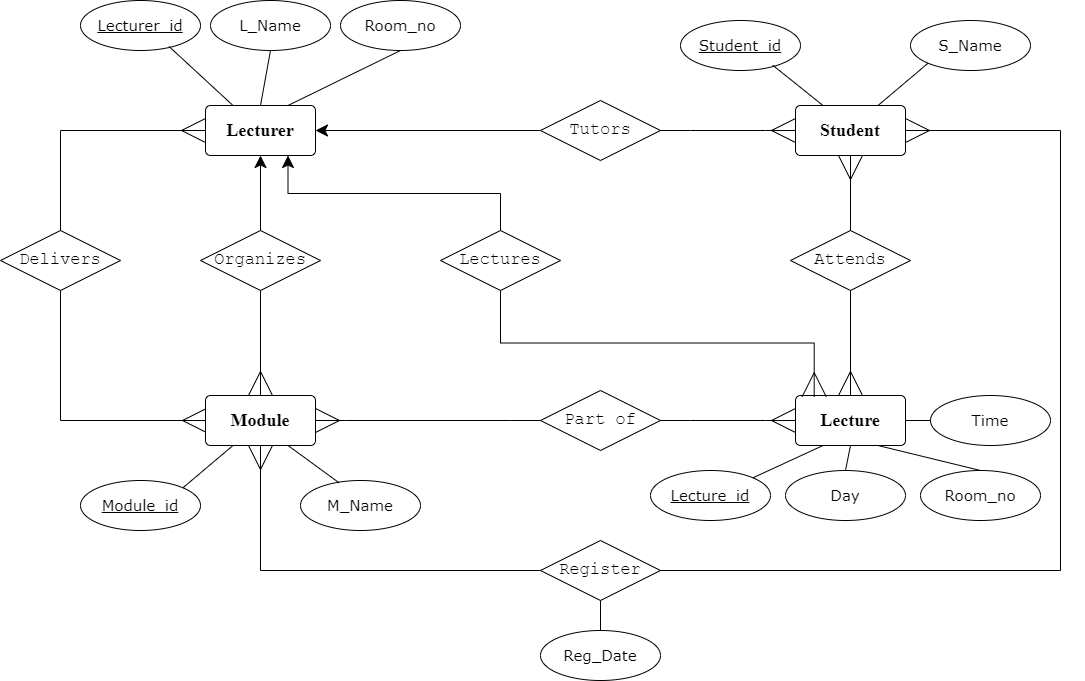
Before: ER_and_schemas/ER Diagram.drawio.png, a diagram exported from draw.io (anysa-kharel/University-Management-System). Source tidied: cells renumbered, new cells last; positions are measured from the earlier drawing's top-left corner, leaving out a move shared by most shapes.
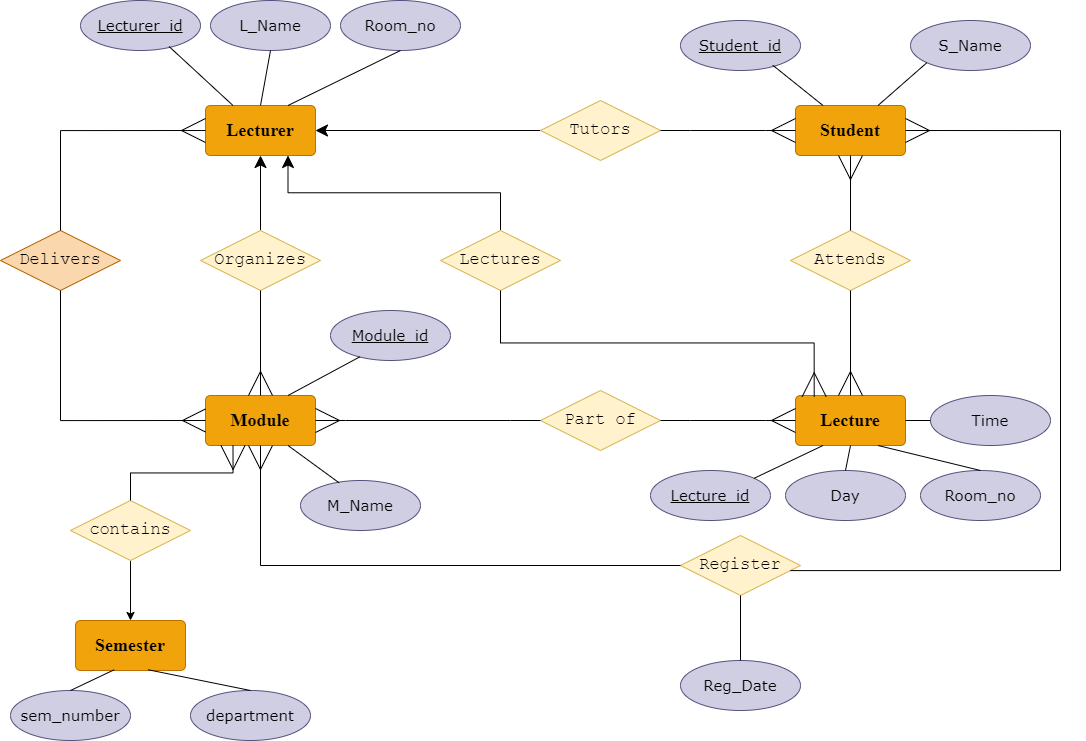
Above is the later version.

What changed in the source:
```diff
@@ -2,49 +2,49 @@
   <root>
     <mxCell id="0" />
     <mxCell id="1" parent="0" />
-    <mxCell id="2" value="&lt;h2&gt;&lt;font face=&quot;Times New Roman&quot; style=&quot;font-size: 18px;&quot;&gt;&lt;b&gt;Lecturer&lt;/b&gt;&lt;/font&gt;&lt;/h2&gt;" style="rounded=1;arcSize=10;whiteSpace=wrap;html=1;align=center;" parent="1" vertex="1">
+    <mxCell id="2" value="&lt;h2&gt;&lt;font face=&quot;Times New Roman&quot; style=&quot;font-size: 18px;&quot;&gt;&lt;b&gt;Lecturer&lt;/b&gt;&lt;/font&gt;&lt;/h2&gt;" style="rounded=1;arcSize=10;whiteSpace=wrap;html=1;align=center;fillColor=#f0a30a;fontColor=#000000;strokeColor=#BD7000;" parent="1" vertex="1">
       <mxGeometry x="205" y="105" width="110" height="50" as="geometry" />
     </mxCell>
-    <mxCell id="3" value="&lt;h2&gt;&lt;font face=&quot;Times New Roman&quot; style=&quot;font-size: 18px;&quot;&gt;&lt;b&gt;Lecture&lt;/b&gt;&lt;/font&gt;&lt;/h2&gt;" style="rounded=1;arcSize=10;whiteSpace=wrap;html=1;align=center;" parent="1" vertex="1">
+    <mxCell id="3" value="&lt;h2&gt;&lt;font face=&quot;Times New Roman&quot; style=&quot;font-size: 18px;&quot;&gt;&lt;b&gt;Lecture&lt;/b&gt;&lt;/font&gt;&lt;/h2&gt;" style="rounded=1;arcSize=10;whiteSpace=wrap;html=1;align=center;fillColor=#f0a30a;fontColor=#000000;strokeColor=#BD7000;" parent="1" vertex="1">
       <mxGeometry x="795" y="395" width="110" height="50" as="geometry" />
     </mxCell>
-    <mxCell id="4" value="&lt;h2&gt;&lt;font face=&quot;Times New Roman&quot;&gt;Module&lt;/font&gt;&lt;/h2&gt;" style="rounded=1;arcSize=10;whiteSpace=wrap;html=1;align=center;" parent="1" vertex="1">
+    <mxCell id="4" value="&lt;h2&gt;&lt;font face=&quot;Times New Roman&quot;&gt;Module&lt;/font&gt;&lt;/h2&gt;" style="rounded=1;arcSize=10;whiteSpace=wrap;html=1;align=center;fillColor=#f0a30a;fontColor=#000000;strokeColor=#BD7000;" parent="1" vertex="1">
       <mxGeometry x="205" y="395" width="110" height="50" as="geometry" />
     </mxCell>
-    <mxCell id="5" value="&lt;h2&gt;&lt;font face=&quot;Times New Roman&quot; style=&quot;font-size: 18px;&quot;&gt;&lt;b&gt;Student&lt;/b&gt;&lt;/font&gt;&lt;/h2&gt;" style="rounded=1;arcSize=10;whiteSpace=wrap;html=1;align=center;" parent="1" vertex="1">
+    <mxCell id="5" value="&lt;h2&gt;&lt;font face=&quot;Times New Roman&quot; style=&quot;font-size: 18px;&quot;&gt;&lt;b&gt;Student&lt;/b&gt;&lt;/font&gt;&lt;/h2&gt;" style="rounded=1;arcSize=10;whiteSpace=wrap;html=1;align=center;fillColor=#f0a30a;strokeColor=#BD7000;fontColor=#000000;" parent="1" vertex="1">
       <mxGeometry x="795" y="105" width="110" height="50" as="geometry" />
     </mxCell>
     <mxCell id="6" style="edgeStyle=orthogonalEdgeStyle;rounded=0;jettySize=auto;html=1;entryX=1;entryY=0.5;entryDx=0;entryDy=0;endSize=10;" parent="1" edge="1" source="7" target="2">
       <mxGeometry relative="1" as="geometry" />
     </mxCell>
-    <mxCell id="7" value="&lt;font style=&quot;font-size: 17px;&quot; face=&quot;Courier New&quot;&gt;Tutors&lt;/font&gt;" style="shape=rhombus;perimeter=rhombusPerimeter;whiteSpace=wrap;html=1;align=center;" parent="1" vertex="1">
+    <mxCell id="7" value="&lt;font style=&quot;font-size: 17px;&quot; face=&quot;Courier New&quot;&gt;Tutors&lt;/font&gt;" style="shape=rhombus;perimeter=rhombusPerimeter;whiteSpace=wrap;html=1;align=center;fillColor=#fff2cc;strokeColor=#d6b656;" parent="1" vertex="1">
       <mxGeometry x="540" y="100" width="120" height="60" as="geometry" />
     </mxCell>
     <mxCell id="8" style="edgeStyle=entityRelationEdgeStyle;fontSize=12;html=1;endArrow=ERmany;rounded=0;entryX=0;entryY=0.5;entryDx=0;entryDy=0;exitX=1;exitY=0.5;exitDx=0;exitDy=0;endSize=22;startSize=22;jumpSize=6;" parent="1" edge="1" source="7" target="5">
       <mxGeometry relative="1" as="geometry" />
     </mxCell>
-    <mxCell id="9" value="&lt;font face=&quot;Courier New&quot;&gt;&lt;span style=&quot;font-size: 17px;&quot;&gt;Attends&lt;/span&gt;&lt;/font&gt;" style="shape=rhombus;perimeter=rhombusPerimeter;whiteSpace=wrap;html=1;align=center;" parent="1" vertex="1">
+    <mxCell id="9" value="&lt;font face=&quot;Courier New&quot;&gt;&lt;span style=&quot;font-size: 17px;&quot;&gt;Attends&lt;/span&gt;&lt;/font&gt;" style="shape=rhombus;perimeter=rhombusPerimeter;whiteSpace=wrap;html=1;align=center;fillColor=#fff2cc;strokeColor=#d6b656;" parent="1" vertex="1">
       <mxGeometry x="790" y="230" width="120" height="60" as="geometry" />
     </mxCell>
-    <mxCell id="10" value="&lt;font face=&quot;Courier New&quot;&gt;&lt;span style=&quot;font-size: 17px;&quot;&gt;Delivers&lt;/span&gt;&lt;/font&gt;" style="shape=rhombus;perimeter=rhombusPerimeter;whiteSpace=wrap;html=1;align=center;" parent="1" vertex="1">
+    <mxCell id="10" value="&lt;font face=&quot;Courier New&quot;&gt;&lt;span style=&quot;font-size: 17px;&quot;&gt;Delivers&lt;/span&gt;&lt;/font&gt;" style="shape=rhombus;perimeter=rhombusPerimeter;whiteSpace=wrap;html=1;align=center;fillColor=#fad7ac;strokeColor=#b46504;" parent="1" vertex="1">
       <mxGeometry y="230" width="120" height="60" as="geometry" />
     </mxCell>
     <mxCell id="11" style="edgeStyle=orthogonalEdgeStyle;rounded=0;jettySize=auto;html=1;endSize=10;" parent="1" edge="1" source="12" target="2">
       <mxGeometry relative="1" as="geometry" />
     </mxCell>
-    <mxCell id="12" value="&lt;font face=&quot;Courier New&quot;&gt;&lt;span style=&quot;font-size: 17px;&quot;&gt;Organizes&lt;/span&gt;&lt;/font&gt;" style="shape=rhombus;perimeter=rhombusPerimeter;whiteSpace=wrap;html=1;align=center;" parent="1" vertex="1">
+    <mxCell id="12" value="&lt;font face=&quot;Courier New&quot;&gt;&lt;span style=&quot;font-size: 17px;&quot;&gt;Organizes&lt;/span&gt;&lt;/font&gt;" style="shape=rhombus;perimeter=rhombusPerimeter;whiteSpace=wrap;html=1;align=center;fillColor=#fff2cc;strokeColor=#d6b656;" parent="1" vertex="1">
       <mxGeometry x="200" y="230" width="120" height="60" as="geometry" />
     </mxCell>
-    <mxCell id="13" value="&lt;font face=&quot;Courier New&quot;&gt;&lt;span style=&quot;font-size: 17px;&quot;&gt;Register&lt;/span&gt;&lt;/font&gt;" style="shape=rhombus;perimeter=rhombusPerimeter;whiteSpace=wrap;html=1;align=center;direction=west;" parent="1" vertex="1">
-      <mxGeometry x="540" y="540" width="120" height="60" as="geometry" />
+    <mxCell id="13" value="&lt;font face=&quot;Courier New&quot;&gt;&lt;span style=&quot;font-size: 17px;&quot;&gt;Register&lt;/span&gt;&lt;/font&gt;" style="shape=rhombus;perimeter=rhombusPerimeter;whiteSpace=wrap;html=1;align=center;direction=west;fillColor=#fff2cc;strokeColor=#d6b656;" parent="1" vertex="1">
+      <mxGeometry x="680" y="535" width="120" height="60" as="geometry" />
     </mxCell>
     <mxCell id="14" style="edgeStyle=elbowEdgeStyle;rounded=0;jettySize=auto;html=1;elbow=vertical;entryX=0.75;entryY=1;entryDx=0;entryDy=0;endSize=10;" parent="1" edge="1" source="15" target="2">
       <mxGeometry relative="1" as="geometry" />
     </mxCell>
-    <mxCell id="15" value="&lt;font face=&quot;Courier New&quot;&gt;&lt;span style=&quot;font-size: 17px;&quot;&gt;Lectures&lt;/span&gt;&lt;/font&gt;" style="shape=rhombus;perimeter=rhombusPerimeter;whiteSpace=wrap;html=1;align=center;" parent="1" vertex="1">
+    <mxCell id="15" value="&lt;font face=&quot;Courier New&quot;&gt;&lt;span style=&quot;font-size: 17px;&quot;&gt;Lectures&lt;/span&gt;&lt;/font&gt;" style="shape=rhombus;perimeter=rhombusPerimeter;whiteSpace=wrap;html=1;align=center;fillColor=#fff2cc;strokeColor=#d6b656;" parent="1" vertex="1">
       <mxGeometry x="440" y="230" width="120" height="60" as="geometry" />
     </mxCell>
-    <mxCell id="16" value="&lt;font face=&quot;Courier New&quot;&gt;&lt;span style=&quot;font-size: 17px;&quot;&gt;Part of&lt;/span&gt;&lt;/font&gt;" style="shape=rhombus;perimeter=rhombusPerimeter;whiteSpace=wrap;html=1;align=center;" parent="1" vertex="1">
+    <mxCell id="16" value="&lt;font face=&quot;Courier New&quot;&gt;&lt;span style=&quot;font-size: 17px;&quot;&gt;Part of&lt;/span&gt;&lt;/font&gt;" style="shape=rhombus;perimeter=rhombusPerimeter;whiteSpace=wrap;html=1;align=center;fillColor=#fff2cc;strokeColor=#d6b656;" parent="1" vertex="1">
       <mxGeometry x="540" y="390" width="120" height="60" as="geometry" />
     </mxCell>
     <mxCell id="17" style="edgeStyle=entityRelationEdgeStyle;fontSize=12;html=1;endArrow=ERmany;rounded=0;entryX=1;entryY=0.5;entryDx=0;entryDy=0;exitX=0;exitY=0.5;exitDx=0;exitDy=0;endSize=22;startSize=22;jumpSize=6;" parent="1" edge="1" source="16" target="4">
@@ -82,43 +82,43 @@
     <mxCell id="26" style="edgeStyle=orthogonalEdgeStyle;fontSize=12;html=1;endArrow=ERmany;rounded=0;entryX=0.17;entryY=0.023;entryDx=0;entryDy=0;exitX=0.5;exitY=1;exitDx=0;exitDy=0;endSize=22;startSize=22;jumpSize=6;entryPerimeter=0;" parent="1" edge="1" source="15" target="3">
       <mxGeometry relative="1" as="geometry" />
     </mxCell>
-    <mxCell id="27" value="&lt;font style=&quot;font-size: 15px;&quot; face=&quot;Verdana&quot;&gt;Lecturer_id&lt;/font&gt;" style="ellipse;whiteSpace=wrap;html=1;align=center;fontStyle=4;" parent="1" vertex="1">
+    <mxCell id="27" value="&lt;font style=&quot;font-size: 15px;&quot; face=&quot;Verdana&quot;&gt;Lecturer_id&lt;/font&gt;" style="ellipse;whiteSpace=wrap;html=1;align=center;fontStyle=4;fillColor=#d0cee2;strokeColor=#56517e;" parent="1" vertex="1">
       <mxGeometry x="80" width="120" height="50" as="geometry" />
     </mxCell>
-    <mxCell id="28" value="&lt;font style=&quot;font-size: 15px;&quot; face=&quot;Verdana&quot;&gt;Room_no&lt;/font&gt;" style="ellipse;whiteSpace=wrap;html=1;align=center;fontStyle=0;" parent="1" vertex="1">
+    <mxCell id="28" value="&lt;font style=&quot;font-size: 15px;&quot; face=&quot;Verdana&quot;&gt;Room_no&lt;/font&gt;" style="ellipse;whiteSpace=wrap;html=1;align=center;fontStyle=0;fillColor=#d0cee2;strokeColor=#56517e;" parent="1" vertex="1">
       <mxGeometry x="340" width="120" height="50" as="geometry" />
     </mxCell>
-    <mxCell id="29" value="&lt;font style=&quot;font-size: 15px;&quot; face=&quot;Verdana&quot;&gt;L_Name&lt;/font&gt;" style="ellipse;whiteSpace=wrap;html=1;align=center;fontStyle=0;" parent="1" vertex="1">
+    <mxCell id="29" value="&lt;font style=&quot;font-size: 15px;&quot; face=&quot;Verdana&quot;&gt;L_Name&lt;/font&gt;" style="ellipse;whiteSpace=wrap;html=1;align=center;fontStyle=0;fillColor=#d0cee2;strokeColor=#56517e;" parent="1" vertex="1">
       <mxGeometry x="210" width="120" height="50" as="geometry" />
     </mxCell>
-    <mxCell id="30" value="&lt;font style=&quot;font-size: 15px;&quot; face=&quot;Verdana&quot;&gt;Time&lt;/font&gt;" style="ellipse;whiteSpace=wrap;html=1;align=center;fontStyle=0;" parent="1" vertex="1">
+    <mxCell id="30" value="&lt;font style=&quot;font-size: 15px;&quot; face=&quot;Verdana&quot;&gt;Time&lt;/font&gt;" style="ellipse;whiteSpace=wrap;html=1;align=center;fontStyle=0;fillColor=#d0cee2;strokeColor=#56517e;" parent="1" vertex="1">
       <mxGeometry x="930" y="395" width="120" height="50" as="geometry" />
     </mxCell>
-    <mxCell id="31" value="&lt;font style=&quot;font-size: 15px;&quot; face=&quot;Verdana&quot;&gt;Room_no&lt;/font&gt;" style="ellipse;whiteSpace=wrap;html=1;align=center;fontStyle=0;" parent="1" vertex="1">
+    <mxCell id="31" value="&lt;font style=&quot;font-size: 15px;&quot; face=&quot;Verdana&quot;&gt;Room_no&lt;/font&gt;" style="ellipse;whiteSpace=wrap;html=1;align=center;fontStyle=0;fillColor=#d0cee2;strokeColor=#56517e;" parent="1" vertex="1">
       <mxGeometry x="920" y="470" width="120" height="50" as="geometry" />
     </mxCell>
-    <mxCell id="32" value="&lt;font style=&quot;font-size: 15px;&quot; face=&quot;Verdana&quot;&gt;Day&lt;/font&gt;" style="ellipse;whiteSpace=wrap;html=1;align=center;fontStyle=0;" parent="1" vertex="1">
+    <mxCell id="32" value="&lt;font style=&quot;font-size: 15px;&quot; face=&quot;Verdana&quot;&gt;Day&lt;/font&gt;" style="ellipse;whiteSpace=wrap;html=1;align=center;fontStyle=0;fillColor=#d0cee2;strokeColor=#56517e;" parent="1" vertex="1">
       <mxGeometry x="785" y="470" width="120" height="50" as="geometry" />
     </mxCell>
-    <mxCell id="33" value="&lt;font style=&quot;font-size: 15px;&quot; face=&quot;Verdana&quot;&gt;Lecture_id&lt;/font&gt;" style="ellipse;whiteSpace=wrap;html=1;align=center;fontStyle=4;" parent="1" vertex="1">
+    <mxCell id="33" value="&lt;font style=&quot;font-size: 15px;&quot; face=&quot;Verdana&quot;&gt;Lecture_id&lt;/font&gt;" style="ellipse;whiteSpace=wrap;html=1;align=center;fontStyle=4;fillColor=#d0cee2;strokeColor=#56517e;" parent="1" vertex="1">
       <mxGeometry x="650" y="470" width="120" height="50" as="geometry" />
     </mxCell>
-    <mxCell id="34" value="&lt;font face=&quot;Verdana&quot;&gt;&lt;span style=&quot;font-size: 15px;&quot;&gt;Reg_Date&lt;/span&gt;&lt;/font&gt;" style="ellipse;whiteSpace=wrap;html=1;align=center;fontStyle=0;" parent="1" vertex="1">
-      <mxGeometry x="540" y="630" width="120" height="50" as="geometry" />
+    <mxCell id="34" value="&lt;font face=&quot;Verdana&quot;&gt;&lt;span style=&quot;font-size: 15px;&quot;&gt;Reg_Date&lt;/span&gt;&lt;/font&gt;" style="ellipse;whiteSpace=wrap;html=1;align=center;fontStyle=0;fillColor=#d0cee2;strokeColor=#56517e;" parent="1" vertex="1">
+      <mxGeometry x="680" y="660" width="120" height="50" as="geometry" />
     </mxCell>
-    <mxCell id="35" value="&lt;font face=&quot;Verdana&quot;&gt;&lt;span style=&quot;font-size: 15px;&quot;&gt;M_Name&lt;/span&gt;&lt;/font&gt;" style="ellipse;whiteSpace=wrap;html=1;align=center;fontStyle=0;" parent="1" vertex="1">
+    <mxCell id="35" value="&lt;font face=&quot;Verdana&quot;&gt;&lt;span style=&quot;font-size: 15px;&quot;&gt;M_Name&lt;/span&gt;&lt;/font&gt;" style="ellipse;whiteSpace=wrap;html=1;align=center;fontStyle=0;fillColor=#d0cee2;strokeColor=#56517e;" parent="1" vertex="1">
       <mxGeometry x="300" y="480" width="120" height="50" as="geometry" />
     </mxCell>
-    <mxCell id="36" value="&lt;font style=&quot;font-size: 15px;&quot; face=&quot;Verdana&quot;&gt;Module_id&lt;/font&gt;" style="ellipse;whiteSpace=wrap;html=1;align=center;fontStyle=4;" parent="1" vertex="1">
-      <mxGeometry x="80" y="480" width="120" height="50" as="geometry" />
+    <mxCell id="36" value="&lt;font style=&quot;font-size: 15px;&quot; face=&quot;Verdana&quot;&gt;Module_id&lt;/font&gt;" style="ellipse;whiteSpace=wrap;html=1;align=center;fontStyle=4;fillColor=#d0cee2;strokeColor=#56517e;" parent="1" vertex="1">
+      <mxGeometry x="330" y="310" width="120" height="50" as="geometry" />
     </mxCell>
-    <mxCell id="37" value="&lt;font face=&quot;Verdana&quot;&gt;&lt;span style=&quot;font-size: 15px;&quot;&gt;S_Name&lt;/span&gt;&lt;/font&gt;" style="ellipse;whiteSpace=wrap;html=1;align=center;fontStyle=0;" parent="1" vertex="1">
+    <mxCell id="37" value="&lt;font face=&quot;Verdana&quot;&gt;&lt;span style=&quot;font-size: 15px;&quot;&gt;S_Name&lt;/span&gt;&lt;/font&gt;" style="ellipse;whiteSpace=wrap;html=1;align=center;fontStyle=0;fillColor=#d0cee2;strokeColor=#56517e;" parent="1" vertex="1">
       <mxGeometry x="910" y="20" width="120" height="50" as="geometry" />
     </mxCell>
-    <mxCell id="38" value="&lt;font face=&quot;Verdana&quot;&gt;&lt;span style=&quot;font-size: 15px;&quot;&gt;Student_id&lt;/span&gt;&lt;/font&gt;" style="ellipse;whiteSpace=wrap;html=1;align=center;fontStyle=4;" parent="1" vertex="1">
+    <mxCell id="38" value="&lt;font face=&quot;Verdana&quot;&gt;&lt;span style=&quot;font-size: 15px;&quot;&gt;Student_id&lt;/span&gt;&lt;/font&gt;" style="ellipse;whiteSpace=wrap;html=1;align=center;fontStyle=4;fillColor=#d0cee2;strokeColor=#56517e;" parent="1" vertex="1">
       <mxGeometry x="680" y="20" width="120" height="50" as="geometry" />
     </mxCell>
-    <mxCell id="39" style="endArrow=none;html=1;rounded=0;exitX=1;exitY=0;exitDx=0;exitDy=0;entryX=0.25;entryY=1;entryDx=0;entryDy=0;" parent="1" edge="1" source="36" target="4">
+    <mxCell id="39" style="endArrow=none;html=1;rounded=0;exitX=0.245;exitY=0.926;exitDx=0;exitDy=0;entryX=0.75;entryY=0;entryDx=0;entryDy=0;exitPerimeter=0;" parent="1" edge="1" source="36" target="4">
       <mxGeometry relative="1" as="geometry" />
     </mxCell>
     <mxCell id="40" style="endArrow=none;html=1;rounded=0;exitX=0.738;exitY=0.92;exitDx=0;exitDy=0;entryX=0.25;entryY=0;entryDx=0;entryDy=0;exitPerimeter=0;" parent="1" edge="1" source="27" target="2">
@@ -154,5 +154,29 @@
     <mxCell id="50" style="endArrow=none;html=1;rounded=0;exitX=0.321;exitY=0.045;exitDx=0;exitDy=0;entryX=0.75;entryY=1;entryDx=0;entryDy=0;exitPerimeter=0;" parent="1" edge="1" source="35" target="4">
       <mxGeometry relative="1" as="geometry" />
     </mxCell>
+    <mxCell id="51" value="&lt;h2&gt;&lt;font face=&quot;Times New Roman&quot;&gt;Semester&lt;/font&gt;&lt;/h2&gt;" style="rounded=1;arcSize=10;whiteSpace=wrap;html=1;align=center;fillColor=#f0a30a;fontColor=#000000;strokeColor=#BD7000;" parent="1" vertex="1">
+      <mxGeometry x="75" y="620" width="110" height="50" as="geometry" />
+    </mxCell>
+    <mxCell id="52" value="&lt;font face=&quot;Verdana&quot;&gt;&lt;span style=&quot;font-size: 15px;&quot;&gt;sem_number&lt;/span&gt;&lt;/font&gt;" style="ellipse;whiteSpace=wrap;html=1;align=center;fontStyle=0;fillColor=#d0cee2;strokeColor=#56517e;" parent="1" vertex="1">
+      <mxGeometry x="10" y="690" width="120" height="50" as="geometry" />
+    </mxCell>
+    <mxCell id="53" value="&lt;font face=&quot;Verdana&quot;&gt;&lt;span style=&quot;font-size: 15px;&quot;&gt;department&lt;/span&gt;&lt;/font&gt;" style="ellipse;whiteSpace=wrap;html=1;align=center;fontStyle=0;fillColor=#d0cee2;strokeColor=#56517e;" parent="1" vertex="1">
+      <mxGeometry x="190" y="690" width="120" height="50" as="geometry" />
+    </mxCell>
+    <mxCell id="54" style="endArrow=none;html=1;rounded=0;exitX=0.66;exitY=0.985;exitDx=0;exitDy=0;entryX=0.5;entryY=0;entryDx=0;entryDy=0;exitPerimeter=0;" parent="1" edge="1" source="51" target="53">
+      <mxGeometry relative="1" as="geometry" />
+    </mxCell>
+    <mxCell id="55" style="endArrow=none;html=1;rounded=0;exitX=0.5;exitY=0;exitDx=0;exitDy=0;entryX=0.352;entryY=0.985;entryDx=0;entryDy=0;entryPerimeter=0;" parent="1" edge="1" source="52" target="51">
+      <mxGeometry relative="1" as="geometry" />
+    </mxCell>
+    <mxCell id="56" style="edgeStyle=orthogonalEdgeStyle;rounded=0;jettySize=auto;html=1;entryX=0.5;entryY=0;entryDx=0;entryDy=0;" parent="1" edge="1" source="57" target="51">
+      <mxGeometry relative="1" as="geometry" />
+    </mxCell>
+    <mxCell id="57" value="&lt;font face=&quot;Courier New&quot;&gt;&lt;span style=&quot;font-size: 17px;&quot;&gt;contains&lt;/span&gt;&lt;/font&gt;" style="shape=rhombus;perimeter=rhombusPerimeter;whiteSpace=wrap;html=1;align=center;direction=west;fillColor=#fff2cc;strokeColor=#d6b656;" parent="1" vertex="1">
+      <mxGeometry x="70" y="500" width="120" height="60" as="geometry" />
+    </mxCell>
+    <mxCell id="58" style="edgeStyle=orthogonalEdgeStyle;fontSize=12;html=1;endArrow=ERmany;rounded=0;exitX=0.5;exitY=1;exitDx=0;exitDy=0;entryX=0.25;entryY=1;entryDx=0;entryDy=0;endSize=22;startSize=22;" parent="1" edge="1" source="57" target="4">
+      <mxGeometry relative="1" as="geometry" />
+    </mxCell>
   </root>
 </mxGraphModel>
```
